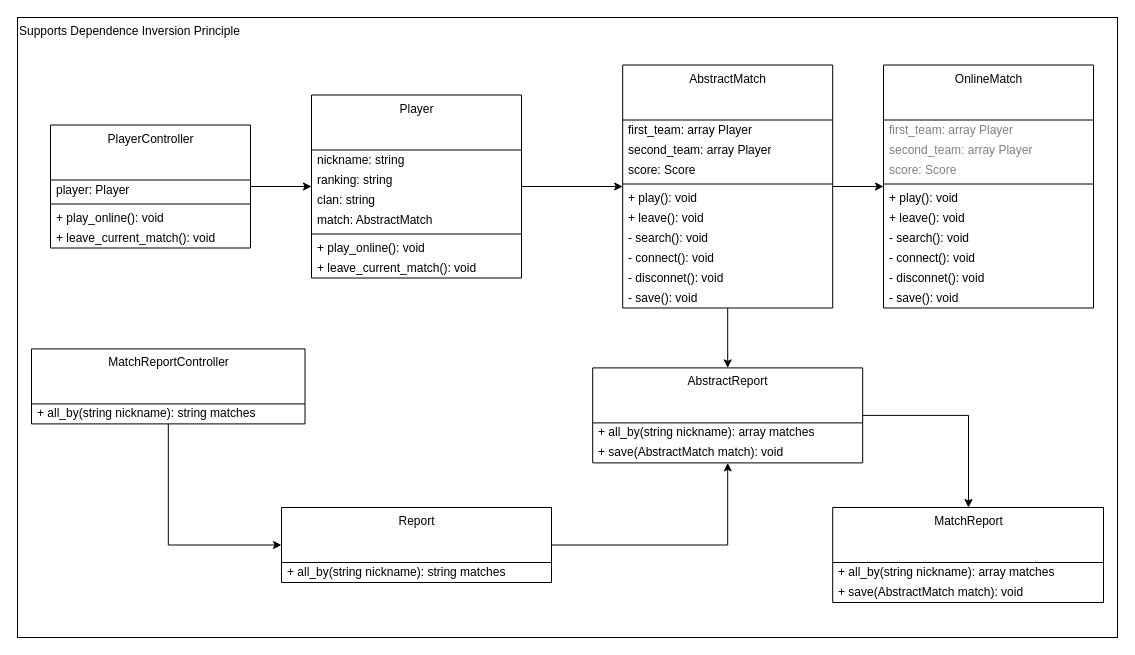
GabrielSlima/blog keeps this draw.io diagram as page "DIP" (7 of 9) of images/clean-code-clean-classes/clean-classes.drawio. Above is the earlier version. Source tidied: cells renumbered, new cells numbered last; positions are measured from the earlier drawing's top-left corner, leaving out a move shared by most shapes. Both pictures are drawn from the tidied source at 100%, with x=0, y=0 at pixel (17, 17).
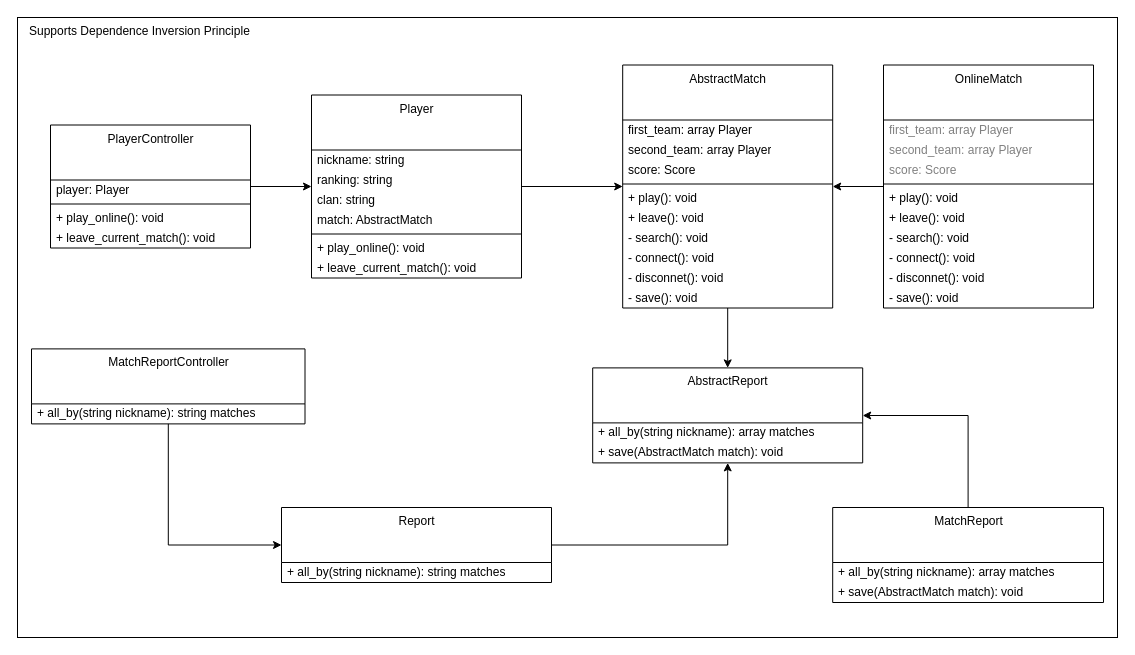
After the change.

Unchanged cells that the change refers to:
```xml
<mxCell id="3" value="MatchReport" style="swimlane;fontStyle=0;align=center;verticalAlign=top;horizontal=1;startSize=55;html=1;fillColor=none;" parent="1" vertex="1">
  <mxGeometry x="815.2" y="490" width="270.8" height="95" as="geometry" />
</mxCell>
<mxCell id="24" value="OnlineMatch" style="swimlane;fontStyle=0;align=center;verticalAlign=top;horizontal=1;startSize=55;html=1;fillColor=none;" parent="1" vertex="1">
  <mxGeometry x="866" y="47.5" width="210" height="243" as="geometry" />
</mxCell>
<mxCell id="37" value="AbstractMatch" style="swimlane;fontStyle=0;align=center;verticalAlign=top;horizontal=1;startSize=55;html=1;fillColor=none;" parent="1" vertex="1">
  <mxGeometry x="605.2" y="47.5" width="210" height="243" as="geometry" />
</mxCell>
<mxCell id="49" value="AbstractReport" style="swimlane;fontStyle=0;align=center;verticalAlign=top;horizontal=1;startSize=55;html=1;fillColor=none;" parent="1" vertex="1">
  <mxGeometry x="575.2" y="350.4" width="270" height="95" as="geometry" />
</mxCell>
```

Diff of the diagram source:
```diff
@@
-    <mxCell id="2" value="Supports Dependence Inversion Principle" style="rounded=0;whiteSpace=wrap;html=1;fillColor=none;align=left;verticalAlign=top;" parent="1" vertex="1">
+    <mxCell id="2" value="Supports Dependence Inversion Principle" style="rounded=0;whiteSpace=wrap;html=1;fillColor=none;align=left;verticalAlign=top;spacingLeft=10;" parent="1" vertex="1">
       <mxGeometry width="1100" height="620" as="geometry" />
     </mxCell>
+    <mxCell id="55" style="edgeStyle=orthogonalEdgeStyle;rounded=0;jettySize=auto;html=1;" parent="1" edge="1" source="3" target="49">
+      <mxGeometry relative="1" as="geometry">
+        <Array as="points">
+          <mxPoint x="951" y="398" />
+        </Array>
+      </mxGeometry>
+    </mxCell>
@@
+    <mxCell id="56" style="edgeStyle=orthogonalEdgeStyle;rounded=0;jettySize=auto;html=1;" parent="1" edge="1" source="24" target="37">
+      <mxGeometry relative="1" as="geometry" />
+    </mxCell>
@@
-    <mxCell id="35" style="edgeStyle=orthogonalEdgeStyle;rounded=0;jettySize=auto;html=1;" parent="1" edge="1" source="37" target="24">
-      <mxGeometry relative="1" as="geometry" />
-    </mxCell>
@@
-    <mxCell id="48" style="edgeStyle=orthogonalEdgeStyle;rounded=0;jettySize=auto;html=1;fontColor=#808080;" parent="1" edge="1" source="49" target="3">
-      <mxGeometry relative="1" as="geometry">
-        <Array as="points">
-          <mxPoint x="951" y="397.5" />
-        </Array>
-      </mxGeometry>
-    </mxCell>
```
